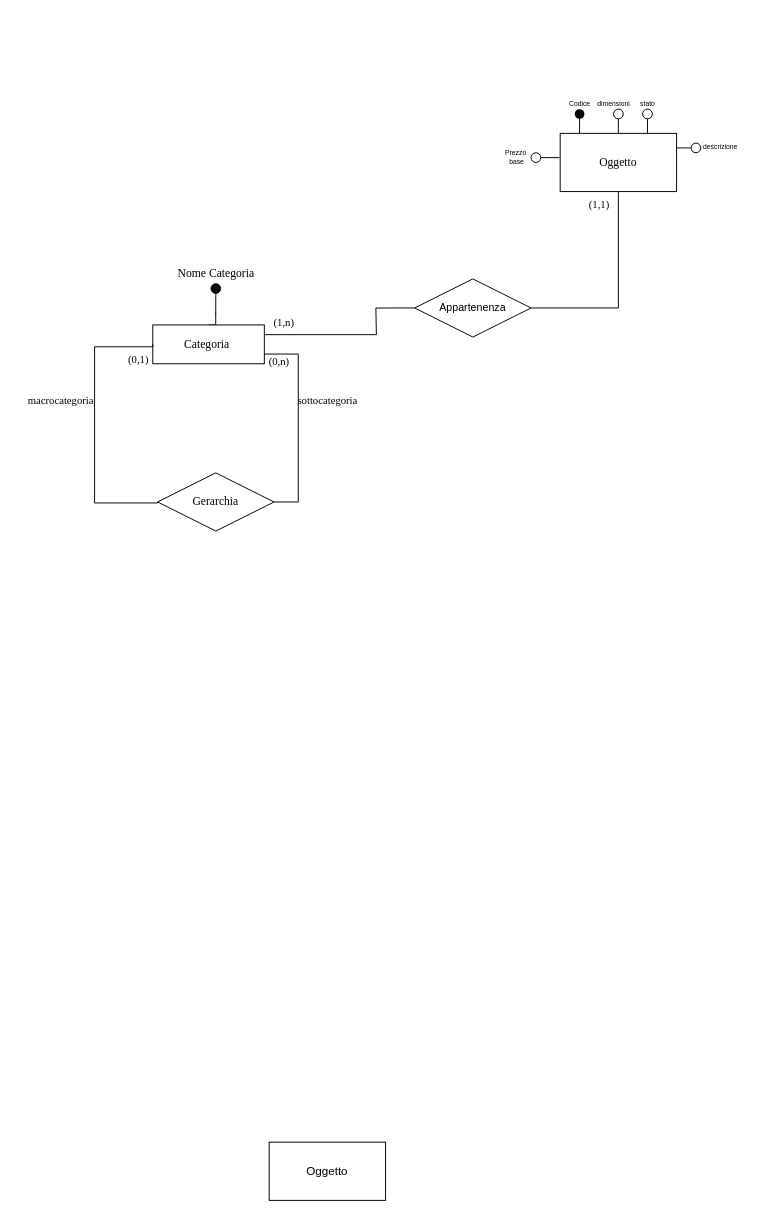
Above: materiale/Schemi Base E-R/SchemaParzialeOggetto-Categoria.drawio in A-lex00/AsteOnlineBD (draw.io), before the change. Source tidied: cells renumbered, new cells numbered last; positions are measured from the earlier drawing's top-left corner, leaving out a move shared by most shapes. Both pictures are drawn from the tidied source at 97%, with x=0, y=0 at pixel (16, 94).
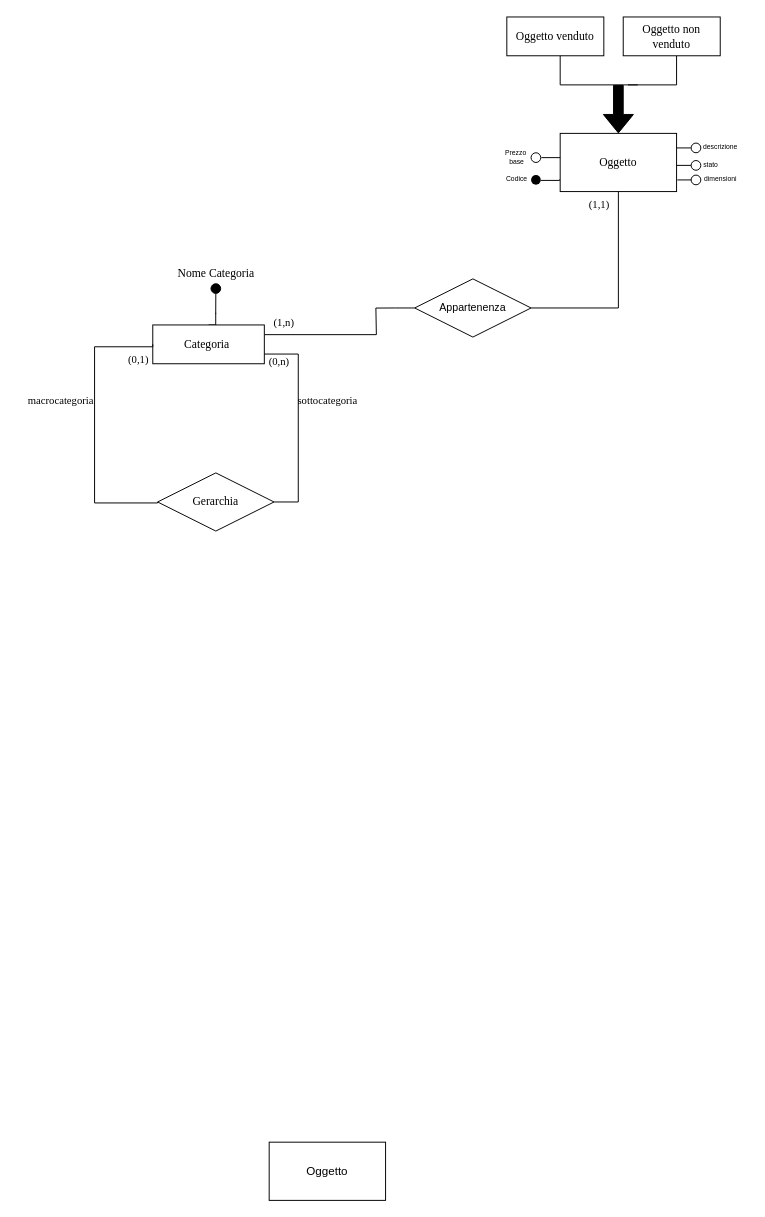
After the change.

Unchanged cells that the change refers to:
```xml
<mxCell id="4" value="Oggetto" style="rounded=0;whiteSpace=wrap;html=1;fontFamily=Times New Roman;" parent="1" vertex="1">
  <mxGeometry x="560" y="40" width="120" height="60" as="geometry" />
</mxCell>
<mxCell id="5" style="ellipse;whiteSpace=wrap;html=1;" parent="1" vertex="1">
  <mxGeometry x="530" y="60" width="10" height="10" as="geometry" />
</mxCell>
```

What changed in the source:
```diff
@@
-    <mxCell id="3" style="edgeStyle=orthogonalEdgeStyle;shape=connector;rounded=0;jettySize=auto;html=1;exitX=0.25;exitY=0;exitDx=0;exitDy=0;strokeColor=default;align=center;verticalAlign=middle;fontFamily=Helvetica;fontSize=11;fontColor=default;labelBackgroundColor=default;startFill=0;endArrow=none;" parent="1" edge="1" target="6">
-      <mxGeometry relative="1" as="geometry">
-        <mxPoint x="590" y="50" as="sourcePoint" />
-      </mxGeometry>
-    </mxCell>
@@
     <mxCell id="6" style="shape=waypoint;sketch=0;fillStyle=solid;size=6;points=[];fillColor=none;perimeter=centerPerimeter;snapToPoint=1;strokeWidth=3;" parent="1" vertex="1">
-      <mxGeometry x="570" y="10" width="20" height="20" as="geometry" />
+      <mxGeometry x="525" y="78" width="20" height="20" as="geometry" />
     </mxCell>
@@
     <mxCell id="8" value="&lt;font&gt;Codice&lt;/font&gt;" style="text;html=1;align=center;verticalAlign=middle;strokeColor=none;fillColor=none;fontSize=7;" parent="1" vertex="1">
-      <mxGeometry x="555" width="50" height="20" as="geometry" />
+      <mxGeometry x="490" y="78" width="50" height="20" as="geometry" />
     </mxCell>
     <mxCell id="9" style="ellipse;whiteSpace=wrap;html=1;" parent="1" vertex="1">
-      <mxGeometry x="615" y="15" width="10" height="10" as="geometry" />
+      <mxGeometry x="695" y="83" width="10" height="10" as="geometry" />
     </mxCell>
     <mxCell id="10" value="&lt;font&gt;dimensioni&lt;/font&gt;" style="text;html=1;align=center;verticalAlign=middle;strokeColor=none;fillColor=none;fontSize=7;" parent="1" vertex="1">
-      <mxGeometry x="585" width="60" height="20" as="geometry" />
+      <mxGeometry x="695" y="78" width="60" height="20" as="geometry" />
     </mxCell>
     <mxCell id="11" style="ellipse;whiteSpace=wrap;html=1;" parent="1" vertex="1">
-      <mxGeometry x="645" y="15" width="10" height="10" as="geometry" />
+      <mxGeometry x="695" y="68" width="10" height="10" as="geometry" />
     </mxCell>
@@
     <mxCell id="13" value="&lt;font&gt;stato&lt;/font&gt;" style="text;html=1;align=center;verticalAlign=middle;strokeColor=none;fillColor=none;fontSize=7;" parent="1" vertex="1">
-      <mxGeometry x="630" width="40" height="20" as="geometry" />
+      <mxGeometry x="695" y="63" width="40" height="20" as="geometry" />
     </mxCell>
-    <mxCell id="14" style="endArrow=none;html=1;rounded=0;exitX=0.5;exitY=0;exitDx=0;exitDy=0;entryX=0.5;entryY=1;entryDx=0;entryDy=0;" parent="1" edge="1" source="4" target="9">
-      <mxGeometry relative="1" as="geometry" />
-    </mxCell>
-    <mxCell id="15" style="endArrow=none;html=1;rounded=0;entryX=0.5;entryY=1;entryDx=0;entryDy=0;exitX=0.75;exitY=0;exitDx=0;exitDy=0;" parent="1" edge="1" source="4" target="11">
-      <mxGeometry relative="1" as="geometry" />
-    </mxCell>
@@
-    <mxCell id="17" style="edgeStyle=orthogonalEdgeStyle;shape=connector;rounded=0;jettySize=auto;html=1;exitX=1;exitY=0.5;exitDx=0;exitDy=0;entryX=-0.005;entryY=0.401;entryDx=0;entryDy=0;entryPerimeter=0;strokeColor=default;align=center;verticalAlign=middle;fontFamily=Helvetica;fontSize=11;fontColor=default;labelBackgroundColor=default;startFill=0;endArrow=none;" parent="1" edge="1" source="5" target="4">
-      <mxGeometry relative="1" as="geometry" />
+    <mxCell id="17" style="edgeStyle=orthogonalEdgeStyle;shape=connector;rounded=0;orthogonalLoop=1;jettySize=auto;html=1;exitX=1;exitY=0.5;exitDx=0;exitDy=0;entryX=-0.005;entryY=0.401;entryDx=0;entryDy=0;entryPerimeter=0;strokeColor=default;align=center;verticalAlign=middle;fontFamily=Helvetica;fontSize=11;fontColor=default;labelBackgroundColor=default;startFill=0;endArrow=none;" parent="1" edge="1">
+      <mxGeometry relative="1" as="geometry">
+        <mxPoint x="540" y="88.5" as="sourcePoint" />
+        <mxPoint x="559.4" y="87.5" as="targetPoint" />
+      </mxGeometry>
     </mxCell>
@@
+    <mxCell id="37" style="edgeStyle=orthogonalEdgeStyle;rounded=0;orthogonalLoop=1;jettySize=auto;html=1;exitX=0.5;exitY=0;exitDx=0;exitDy=0;endArrow=none;startFill=0;" parent="1" edge="1">
+      <mxGeometry relative="1" as="geometry">
+        <mxPoint x="680" y="-40" as="sourcePoint" />
+        <mxPoint x="630" y="-10" as="targetPoint" />
+        <Array as="points">
+          <mxPoint x="680" y="-10" />
+        </Array>
+      </mxGeometry>
+    </mxCell>
+    <mxCell id="38" value="&lt;font face=&quot;Times New Roman&quot;&gt;Oggetto venduto&lt;/font&gt;" style="whiteSpace=wrap;html=1;align=center;" parent="1" vertex="1">
+      <mxGeometry x="505" y="-80" width="100" height="40" as="geometry" />
+    </mxCell>
+    <mxCell id="39" style="edgeStyle=orthogonalEdgeStyle;rounded=0;orthogonalLoop=1;jettySize=auto;html=1;exitX=0.5;exitY=0;exitDx=0;exitDy=0;endArrow=none;startFill=0;" parent="1" edge="1">
+      <mxGeometry relative="1" as="geometry">
+        <mxPoint x="560" y="-40" as="sourcePoint" />
+        <mxPoint x="640" y="-10" as="targetPoint" />
+        <Array as="points">
+          <mxPoint x="560" y="-10" />
+        </Array>
+      </mxGeometry>
+    </mxCell>
+    <mxCell id="40" value="&lt;font face=&quot;Times New Roman&quot;&gt;Oggetto non venduto&lt;/font&gt;" style="whiteSpace=wrap;html=1;align=center;" parent="1" vertex="1">
+      <mxGeometry x="625" y="-80" width="100" height="40" as="geometry" />
+    </mxCell>
+    <mxCell id="41" style="edgeStyle=orthogonalEdgeStyle;shape=connector;rounded=0;orthogonalLoop=1;jettySize=auto;html=1;exitX=1;exitY=0.5;exitDx=0;exitDy=0;entryX=-0.005;entryY=0.401;entryDx=0;entryDy=0;entryPerimeter=0;strokeColor=default;align=center;verticalAlign=middle;fontFamily=Helvetica;fontSize=11;fontColor=default;labelBackgroundColor=default;startFill=0;endArrow=none;" parent="1" edge="1">
+      <mxGeometry relative="1" as="geometry">
+        <mxPoint x="540.6" y="65" as="sourcePoint" />
+        <mxPoint x="560" y="64.1" as="targetPoint" />
+      </mxGeometry>
+    </mxCell>
+    <mxCell id="42" style="edgeStyle=orthogonalEdgeStyle;rounded=0;jettySize=auto;html=1;exitX=0;exitY=0.5;exitDx=0;exitDy=0;entryX=1.001;entryY=0.547;entryDx=0;entryDy=0;entryPerimeter=0;endArrow=none;startFill=0;" parent="1" edge="1" source="11" target="4">
+      <mxGeometry relative="1" as="geometry" />
+    </mxCell>
+    <mxCell id="43" style="edgeStyle=orthogonalEdgeStyle;rounded=0;jettySize=auto;html=1;exitX=0;exitY=0.5;exitDx=0;exitDy=0;entryX=1.007;entryY=0.806;entryDx=0;entryDy=0;entryPerimeter=0;endArrow=none;startFill=0;" parent="1" edge="1" source="9" target="4">
+      <mxGeometry relative="1" as="geometry" />
+    </mxCell>
+    <mxCell id="44" style="shape=flexArrow;endArrow=classic;html=1;rounded=0;entryX=0.5;entryY=0;entryDx=0;entryDy=0;fillColor=#000000;" parent="1" edge="1" target="4">
+      <mxGeometry relative="1" as="geometry">
+        <mxPoint x="620" y="-10" as="sourcePoint" />
+      </mxGeometry>
+    </mxCell>
```
